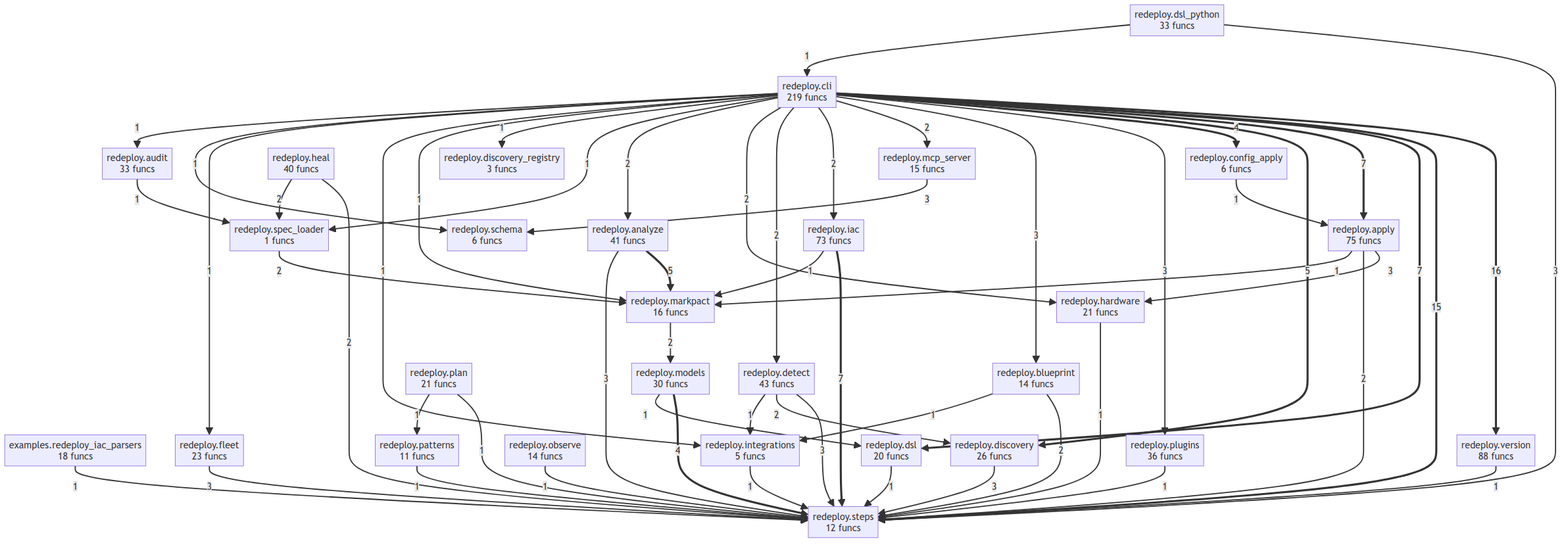
The Mermaid diagram project/compact_flow.png in semcod/redeploy, before a commit. Its source is kept beside it as project/compact_flow.mmd.
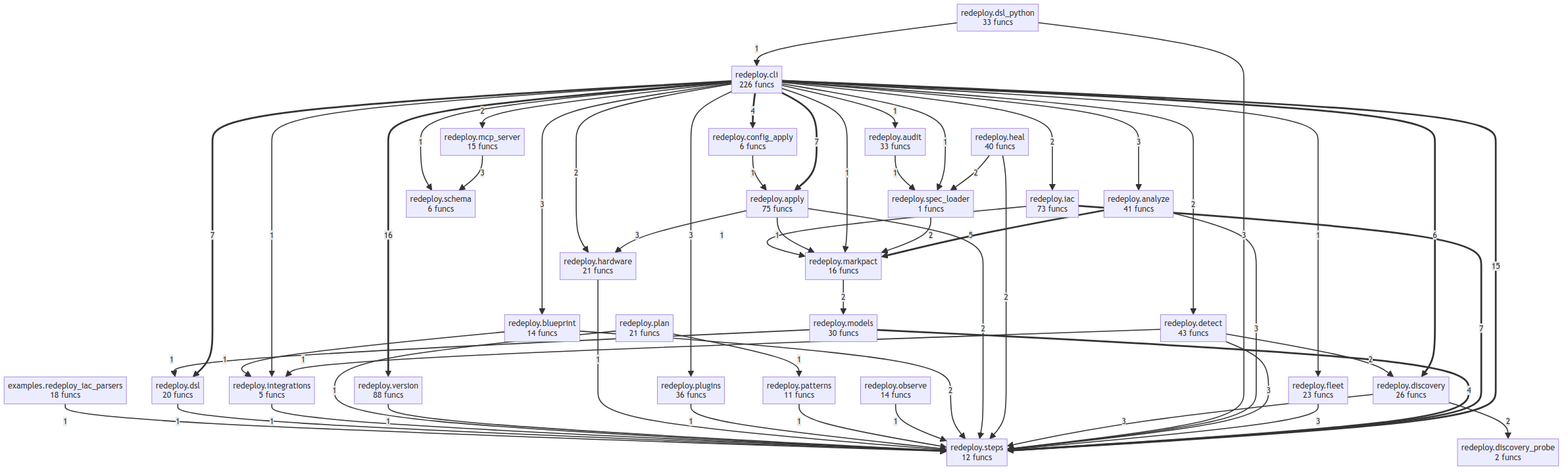
Later version of the same file.

Change to the diagram source:
```diff
@@ -4,11 +4,11 @@
     redeploy__apply["redeploy.apply<br/>75 funcs"]
     redeploy__audit["redeploy.audit<br/>33 funcs"]
     redeploy__blueprint["redeploy.blueprint<br/>14 funcs"]
-    redeploy__cli["redeploy.cli<br/>219 funcs"]
+    redeploy__cli["redeploy.cli<br/>226 funcs"]
     redeploy__config_apply["redeploy.config_apply<br/>6 funcs"]
     redeploy__detect["redeploy.detect<br/>43 funcs"]
     redeploy__discovery["redeploy.discovery<br/>26 funcs"]
-    redeploy__discovery_registry["redeploy.discovery_registry<br/>3 funcs"]
+    redeploy__discovery_probe["redeploy.discovery_probe<br/>2 funcs"]
     redeploy__dsl["redeploy.dsl<br/>20 funcs"]
     redeploy__dsl_python["redeploy.dsl_python<br/>33 funcs"]
     redeploy__fleet["redeploy.fleet<br/>23 funcs"]
@@ -32,8 +32,8 @@
     redeploy__cli ==>|7| redeploy__dsl
     redeploy__cli ==>|7| redeploy__apply
     redeploy__iac ==>|7| redeploy__steps
+    redeploy__cli ==>|6| redeploy__discovery
     redeploy__analyze ==>|5| redeploy__markpact
-    redeploy__cli ==>|5| redeploy__discovery
     redeploy__models ==>|4| redeploy__steps
     redeploy__cli ==>|4| redeploy__config_apply
     redeploy__fleet -->|3| redeploy__steps
@@ -42,6 +42,7 @@
     redeploy__analyze -->|3| redeploy__steps
     redeploy__cli -->|3| redeploy__plugins
     redeploy__cli -->|3| redeploy__blueprint
+    redeploy__cli -->|3| redeploy__analyze
     redeploy__dsl_python -->|3| redeploy__steps
     redeploy__apply -->|3| redeploy__hardware
     redeploy__discovery -->|3| redeploy__steps
@@ -56,14 +57,13 @@
     redeploy__markpact -->|2| redeploy__models
     redeploy__apply -->|2| redeploy__steps
     redeploy__blueprint -->|2| redeploy__steps
-    redeploy__cli -->|2| redeploy__analyze
+    redeploy__discovery -->|2| redeploy__discovery_probe
     redeploy__observe -->|1| redeploy__steps
     redeploy__patterns -->|1| redeploy__steps
     redeploy__detect -->|1| redeploy__integrations
     redeploy__config_apply -->|1| redeploy__apply
     redeploy__models -->|1| redeploy__dsl
     redeploy__cli -->|1| redeploy__spec_loader
-    redeploy__cli -->|1| redeploy__discovery_registry
     redeploy__cli -->|1| redeploy__markpact
     redeploy__cli -->|1| redeploy__integrations
     redeploy__cli -->|1| redeploy__fleet
```
